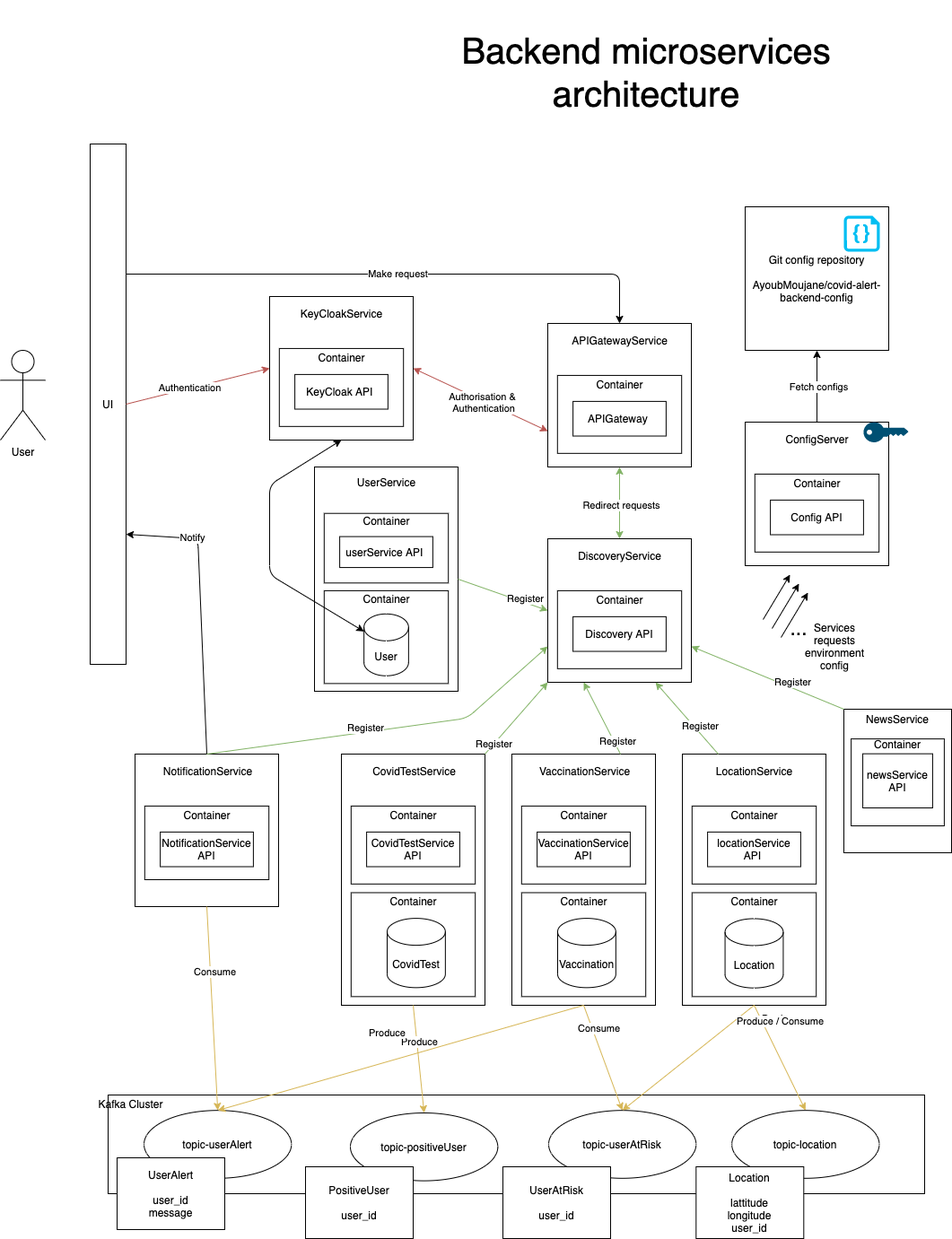
Before: documentation/backend-microservices-deployment-diagram.png, a diagram exported from draw.io (AyoubMoujane/covid-alert-services). Source tidied: cells renumbered, new cells last; positions are measured from the earlier drawing's top-left corner, leaving out a move shared by most shapes.
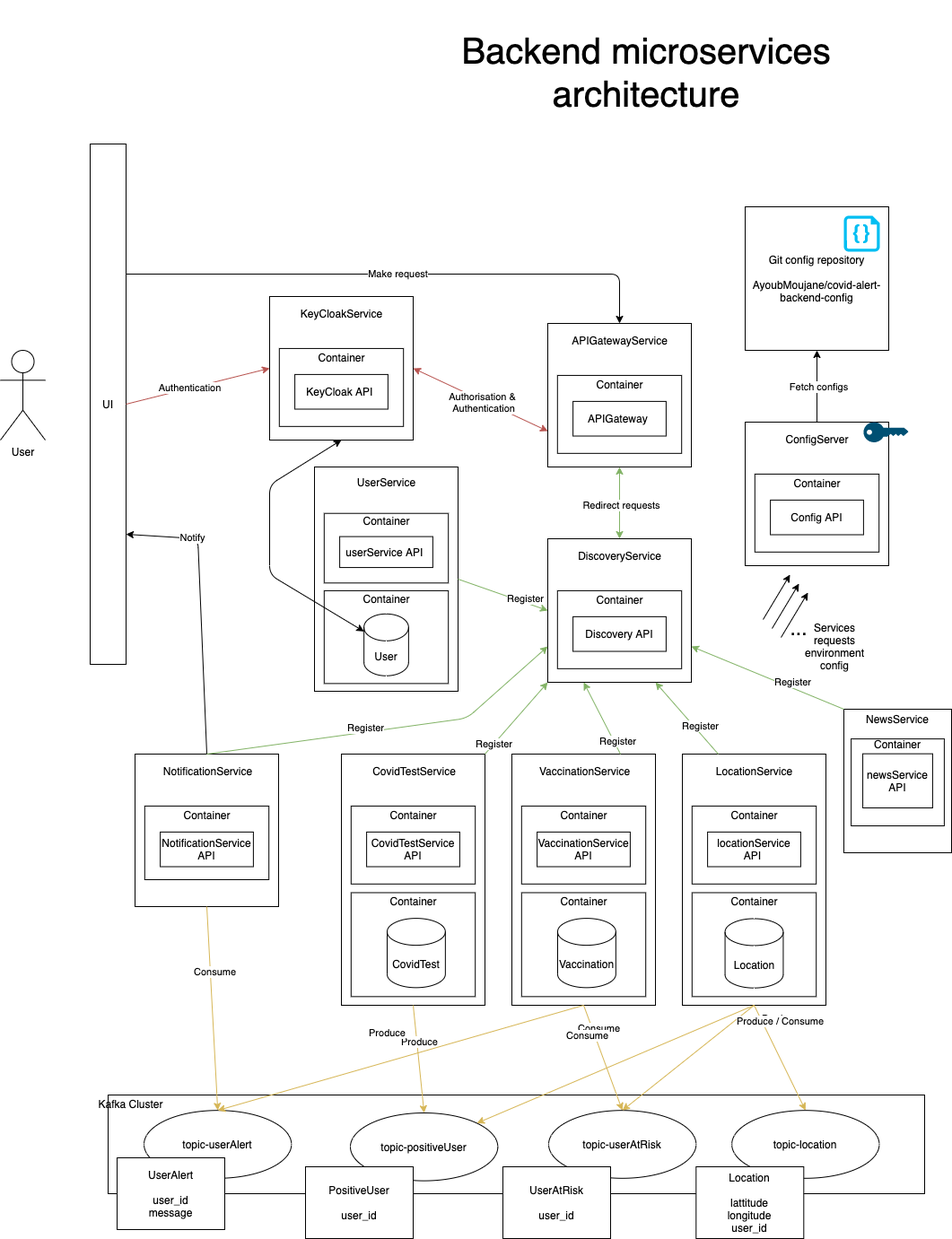
After the change.

The edit, as a diff of the source:
```diff
@@ -435,5 +435,13 @@
         <mxPoint y="-1" as="offset" />
       </mxGeometry>
     </mxCell>
+    <mxCell id="130" style="endArrow=classic;html=1;entryX=1;entryY=0;entryDx=0;entryDy=0;exitX=0.5;exitY=1;exitDx=0;exitDy=0;fillColor=#fff2cc;strokeColor=#d6b656;gradientColor=#ffd966;" parent="1" edge="1" source="34" target="77">
+      <mxGeometry relative="1" as="geometry" />
+    </mxCell>
+    <mxCell id="131" value="Consume" style="edgeLabel;html=1;align=center;verticalAlign=middle;" parent="130" vertex="1">
+      <mxGeometry x="0.16" relative="1" as="geometry">
+        <mxPoint x="-9" y="-42" as="offset" />
+      </mxGeometry>
+    </mxCell>
   </root>
 </mxGraphModel>
```
